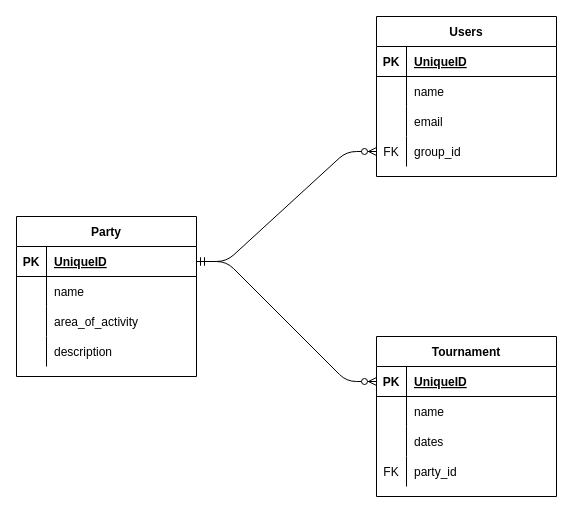
The draw.io diagram goodshot.dio in s-takenoshita/good-shot, before the edit. Source tidied: cells renumbered, new cells numbered last; positions are measured from the earlier drawing's top-left corner, leaving out a move shared by most shapes. Both pictures are drawn from the tidied source at 100%, with x=0, y=0 at pixel (16, 16).
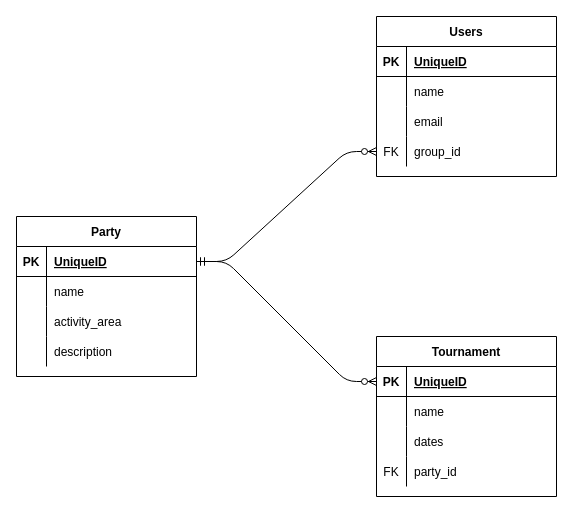
The same page after the edit.

The change refers to these unchanged cells:
```xml
<mxCell id="22" style="shape=partialRectangle;fillColor=none;top=0;left=0;bottom=0;right=0;" parent="15" vertex="1">
  <mxGeometry y="90" width="180" height="30" as="geometry" />
</mxCell>
```

Diff of the diagram source:
```diff
@@
-    <mxCell id="24" value="area_of_activity" style="shape=partialRectangle;fillColor=none;top=0;left=0;bottom=0;right=0;align=left;spacingLeft=6;overflow=hidden;" parent="22" vertex="1">
+    <mxCell id="24" value="activity_area" style="shape=partialRectangle;fillColor=none;top=0;left=0;bottom=0;right=0;align=left;spacingLeft=6;overflow=hidden;" parent="22" vertex="1">
       <mxGeometry x="30" width="150" height="30" as="geometry" />
     </mxCell>
```
